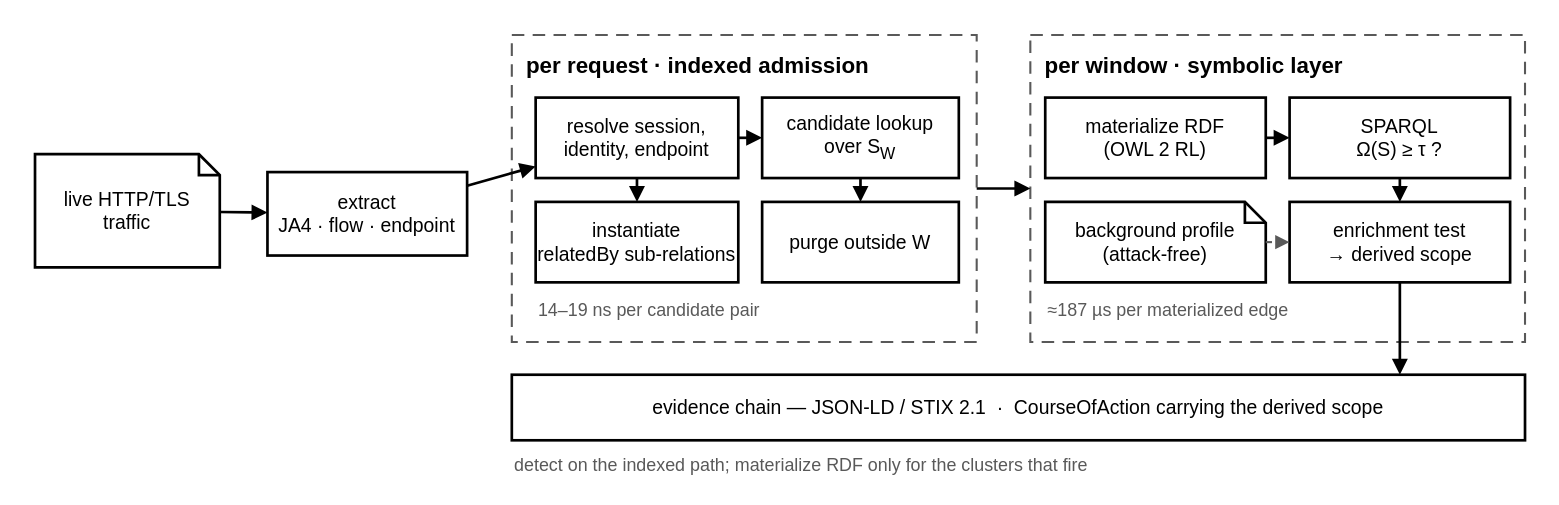
Earlier version of the draw.io diagram papers/http-session-noms/figures/src-drawio/fig_pipeline.drawio (Natanael0liveira/knowledge-graph-ddos-article). Source tidied: cells renumbered, new cells numbered last; positions are measured from the earlier drawing's top-left corner, leaving out a move shared by most shapes. Both pictures are drawn from the tidied source at 149%, with x=0, y=0 at pixel (34, 34).
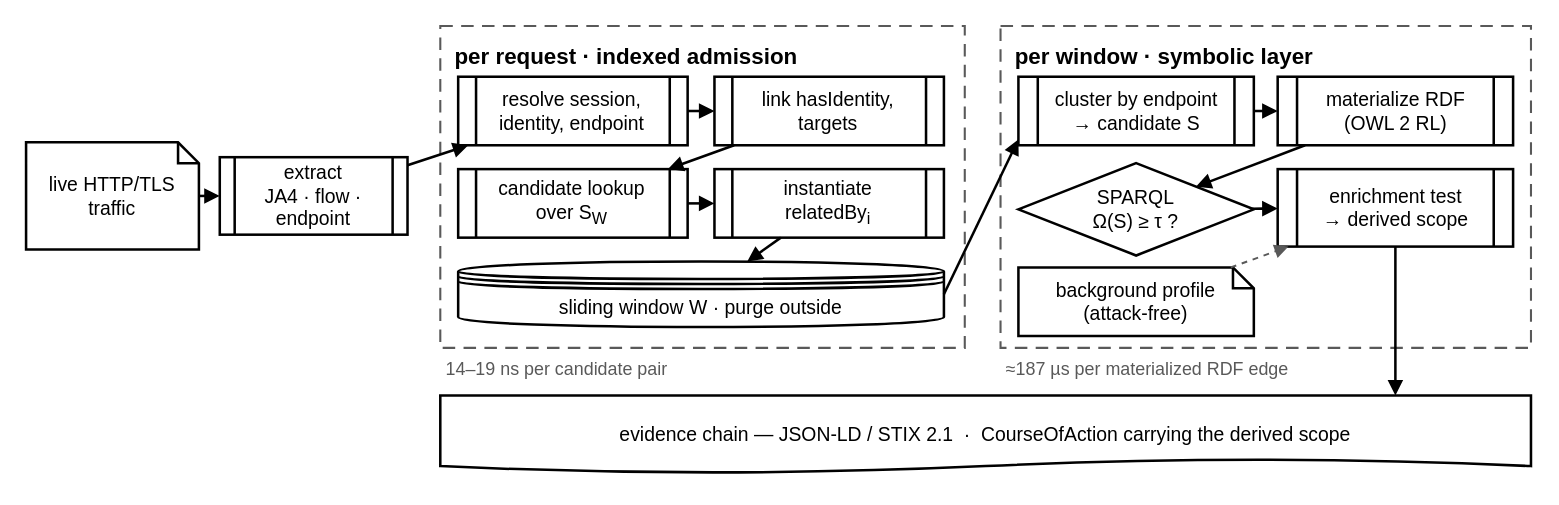
The same page after the edit.

Commit message (it also covers changes not shown here):
figuras: corrige o fluxo do pipeline, troca retângulos por ícones, centra a Fig. 1

The edit, as a diff of the source:
```diff
@@
-    <mxCell id="2" value="live HTTP/TLS&lt;br&gt;traffic" style="shape=note;whiteSpace=wrap;html=1;size=14;fillColor=none;strokeColor=#000000;strokeWidth=1.8;fontFamily=Helvetica;fontSize=13;verticalAlign=middle;" parent="1" vertex="1">
-      <mxGeometry y="80" width="124" height="76" as="geometry" />
+    <mxCell id="2" value="live HTTP/TLS&lt;br&gt;traffic" style="shape=note;size=14;whiteSpace=wrap;html=1;fillColor=none;strokeColor=#000000;strokeWidth=1.7;fontFamily=Helvetica;fontSize=13;verticalAlign=middle;" parent="1" vertex="1">
+      <mxGeometry x="-6" y="72" width="116" height="72" as="geometry" />
     </mxCell>
-    <mxCell id="3" value="extract&lt;br&gt;JA4 · flow · endpoint" style="rounded=0;whiteSpace=wrap;html=1;fillColor=none;strokeColor=#000000;strokeWidth=1.8;fontFamily=Helvetica;fontSize=13;" parent="1" vertex="1">
-      <mxGeometry x="156" y="92" width="134" height="56" as="geometry" />
+    <mxCell id="3" value="extract&lt;br&gt;JA4 · flow · endpoint" style="shape=process;whiteSpace=wrap;html=1;fillColor=none;strokeColor=#000000;strokeWidth=1.7;fontFamily=Helvetica;fontSize=13;size=0.08;" parent="1" vertex="1">
+      <mxGeometry x="124" y="82" width="126" height="52" as="geometry" />
     </mxCell>
-    <mxCell id="4" style="endArrow=block;endFill=1;endSize=6;html=1;rounded=0;strokeColor=#000000;strokeWidth=1.8;fontFamily=Helvetica;fontSize=11;labelBackgroundColor=#FFFFFF;" parent="1" edge="1" source="2" target="3">
-      <mxGeometry relative="1" as="geometry" />
-    </mxCell>
+    <mxCell id="30" style="endArrow=block;endFill=1;endSize=6;html=1;rounded=0;strokeColor=#000000;strokeWidth=1.7;fontFamily=Helvetica;fontSize=11;labelBackgroundColor=#FFFFFF;" parent="1" edge="1" source="2" target="3">
+      <mxGeometry relative="1" as="geometry" />
+    </mxCell>
     <mxCell id="5" style="rounded=0;whiteSpace=wrap;html=1;fillColor=none;strokeColor=#595959;strokeWidth=1.4;dashed=1;dashPattern=6 4;" parent="1" vertex="1">
-      <mxGeometry x="320" width="312" height="206" as="geometry" />
+      <mxGeometry x="272" y="-6" width="352" height="216" as="geometry" />
     </mxCell>
     <mxCell id="6" value="per request · indexed admission" style="text;html=1;fontFamily=Helvetica;fontSize=15;fontStyle=1;align=left;verticalAlign=middle;" parent="1" vertex="1">
-      <mxGeometry x="328" y="10" width="300" height="20" as="geometry" />
+      <mxGeometry x="280" y="4" width="330" height="20" as="geometry" />
     </mxCell>
-    <mxCell id="7" value="resolve session,&lt;br&gt;identity, endpoint" style="rounded=0;whiteSpace=wrap;html=1;fillColor=none;strokeColor=#000000;strokeWidth=1.8;fontFamily=Helvetica;fontSize=13;" parent="1" vertex="1">
-      <mxGeometry x="336" y="42" width="136" height="54" as="geometry" />
+    <mxCell id="7" value="resolve session,&lt;br&gt;identity, endpoint" style="shape=process;whiteSpace=wrap;html=1;fillColor=none;strokeColor=#000000;strokeWidth=1.7;fontFamily=Helvetica;fontSize=13;size=0.08;" parent="1" vertex="1">
+      <mxGeometry x="284" y="28" width="154" height="46" as="geometry" />
     </mxCell>
+    <mxCell id="31" value="link hasIdentity,&lt;br&gt;targets" style="shape=process;whiteSpace=wrap;html=1;fillColor=none;strokeColor=#000000;strokeWidth=1.7;fontFamily=Helvetica;fontSize=13;size=0.08;" parent="1" vertex="1">
+      <mxGeometry x="456" y="28" width="154" height="46" as="geometry" />
+    </mxCell>
-    <mxCell id="8" value="candidate lookup&lt;br&gt;over S&lt;sub&gt;W&lt;/sub&gt;" style="rounded=0;whiteSpace=wrap;html=1;fillColor=none;strokeColor=#000000;strokeWidth=1.8;fontFamily=Helvetica;fontSize=13;" parent="1" vertex="1">
-      <mxGeometry x="488" y="42" width="132" height="54" as="geometry" />
+    <mxCell id="8" value="candidate lookup&lt;br&gt;over S&lt;sub&gt;W&lt;/sub&gt;" style="shape=process;whiteSpace=wrap;html=1;fillColor=none;strokeColor=#000000;strokeWidth=1.7;fontFamily=Helvetica;fontSize=13;size=0.08;" parent="1" vertex="1">
+      <mxGeometry x="284" y="90" width="154" height="46" as="geometry" />
     </mxCell>
-    <mxCell id="9" value="instantiate&lt;br&gt;relatedBy sub-relations" style="rounded=0;whiteSpace=wrap;html=1;fillColor=none;strokeColor=#000000;strokeWidth=1.8;fontFamily=Helvetica;fontSize=13;" parent="1" vertex="1">
-      <mxGeometry x="336" y="112" width="136" height="54" as="geometry" />
-    </mxCell>
-    <mxCell id="10" value="purge outside W" style="rounded=0;whiteSpace=wrap;html=1;fillColor=none;strokeColor=#000000;strokeWidth=1.8;fontFamily=Helvetica;fontSize=13;" parent="1" vertex="1">
-      <mxGeometry x="488" y="112" width="132" height="54" as="geometry" />
-    </mxCell>
-    <mxCell id="11" value="14–19 ns per candidate pair" style="text;html=1;fontFamily=Helvetica;fontSize=12;fontColor=#595959;align=left;verticalAlign=middle;" parent="1" vertex="1">
-      <mxGeometry x="336" y="176" width="280" height="18" as="geometry" />
-    </mxCell>
+    <mxCell id="32" value="instantiate&lt;br&gt;relatedBy&lt;sub&gt;i&lt;/sub&gt;" style="shape=process;whiteSpace=wrap;html=1;fillColor=none;strokeColor=#000000;strokeWidth=1.7;fontFamily=Helvetica;fontSize=13;size=0.08;" parent="1" vertex="1">
+      <mxGeometry x="456" y="90" width="154" height="46" as="geometry" />
+    </mxCell>
+    <mxCell id="33" value="sliding window W · purge outside" style="shape=datastore;whiteSpace=wrap;html=1;fillColor=none;strokeColor=#000000;strokeWidth=1.7;fontFamily=Helvetica;fontSize=13;" parent="1" vertex="1">
+      <mxGeometry x="284" y="152" width="326" height="44" as="geometry" />
+    </mxCell>
+    <mxCell id="4" style="endArrow=block;endFill=1;endSize=6;html=1;rounded=0;strokeColor=#000000;strokeWidth=1.7;fontFamily=Helvetica;fontSize=11;labelBackgroundColor=#FFFFFF;" parent="1" edge="1" source="3" target="7">
+      <mxGeometry relative="1" as="geometry" />
+    </mxCell>
-    <mxCell id="12" style="endArrow=block;endFill=1;endSize=6;html=1;rounded=0;strokeColor=#000000;strokeWidth=1.8;fontFamily=Helvetica;fontSize=11;labelBackgroundColor=#FFFFFF;" parent="1" edge="1" source="3" target="7">
+    <mxCell id="12" style="endArrow=block;endFill=1;endSize=6;html=1;rounded=0;strokeColor=#000000;strokeWidth=1.7;fontFamily=Helvetica;fontSize=11;labelBackgroundColor=#FFFFFF;" parent="1" edge="1" source="7" target="31">
       <mxGeometry relative="1" as="geometry" />
     </mxCell>
-    <mxCell id="13" style="endArrow=block;endFill=1;endSize=6;html=1;rounded=0;strokeColor=#000000;strokeWidth=1.8;fontFamily=Helvetica;fontSize=11;labelBackgroundColor=#FFFFFF;" parent="1" edge="1" source="7" target="8">
+    <mxCell id="13" style="endArrow=block;endFill=1;endSize=6;html=1;rounded=0;strokeColor=#000000;strokeWidth=1.7;fontFamily=Helvetica;fontSize=11;labelBackgroundColor=#FFFFFF;" parent="1" edge="1" source="31" target="8">
       <mxGeometry relative="1" as="geometry" />
     </mxCell>
-    <mxCell id="14" style="endArrow=block;endFill=1;endSize=6;html=1;rounded=0;strokeColor=#000000;strokeWidth=1.8;fontFamily=Helvetica;fontSize=11;labelBackgroundColor=#FFFFFF;" parent="1" edge="1" source="8" target="10">
+    <mxCell id="14" style="endArrow=block;endFill=1;endSize=6;html=1;rounded=0;strokeColor=#000000;strokeWidth=1.7;fontFamily=Helvetica;fontSize=11;labelBackgroundColor=#FFFFFF;" parent="1" edge="1" source="8" target="32">
       <mxGeometry relative="1" as="geometry" />
     </mxCell>
-    <mxCell id="15" style="endArrow=block;endFill=1;endSize=6;html=1;rounded=0;strokeColor=#000000;strokeWidth=1.8;fontFamily=Helvetica;fontSize=11;labelBackgroundColor=#FFFFFF;" parent="1" edge="1" source="7" target="9">
+    <mxCell id="15" style="endArrow=block;endFill=1;endSize=6;html=1;rounded=0;strokeColor=#000000;strokeWidth=1.7;fontFamily=Helvetica;fontSize=11;labelBackgroundColor=#FFFFFF;" parent="1" edge="1" source="32" target="33">
       <mxGeometry relative="1" as="geometry" />
     </mxCell>
+    <mxCell id="11" value="14–19 ns per candidate pair" style="text;html=1;fontFamily=Helvetica;fontSize=12;fontColor=#595959;align=left;verticalAlign=middle;" parent="1" vertex="1">
+      <mxGeometry x="274" y="216" width="290" height="18" as="geometry" />
+    </mxCell>
     <mxCell id="16" style="rounded=0;whiteSpace=wrap;html=1;fillColor=none;strokeColor=#595959;strokeWidth=1.4;dashed=1;dashPattern=6 4;" parent="1" vertex="1">
-      <mxGeometry x="668" width="332" height="206" as="geometry" />
+      <mxGeometry x="648" y="-6" width="356" height="216" as="geometry" />
     </mxCell>
     <mxCell id="17" value="per window · symbolic layer" style="text;html=1;fontFamily=Helvetica;fontSize=15;fontStyle=1;align=left;verticalAlign=middle;" parent="1" vertex="1">
-      <mxGeometry x="676" y="10" width="300" height="20" as="geometry" />
+      <mxGeometry x="656" y="4" width="330" height="20" as="geometry" />
     </mxCell>
+    <mxCell id="34" value="cluster by endpoint&lt;br&gt;→ candidate S" style="shape=process;whiteSpace=wrap;html=1;fillColor=none;strokeColor=#000000;strokeWidth=1.7;fontFamily=Helvetica;fontSize=13;size=0.08;" parent="1" vertex="1">
+      <mxGeometry x="660" y="28" width="158" height="46" as="geometry" />
+    </mxCell>
-    <mxCell id="18" value="materialize RDF&lt;br&gt;(OWL 2 RL)" style="rounded=0;whiteSpace=wrap;html=1;fillColor=none;strokeColor=#000000;strokeWidth=1.8;fontFamily=Helvetica;fontSize=13;" parent="1" vertex="1">
-      <mxGeometry x="678" y="42" width="148" height="54" as="geometry" />
+    <mxCell id="18" value="materialize RDF&lt;br&gt;(OWL 2 RL)" style="shape=process;whiteSpace=wrap;html=1;fillColor=none;strokeColor=#000000;strokeWidth=1.7;fontFamily=Helvetica;fontSize=13;size=0.08;" parent="1" vertex="1">
+      <mxGeometry x="834" y="28" width="158" height="46" as="geometry" />
     </mxCell>
-    <mxCell id="19" value="SPARQL&lt;br&gt;Ω(S) ≥ τ ?" style="rounded=0;whiteSpace=wrap;html=1;fillColor=none;strokeColor=#000000;strokeWidth=1.8;fontFamily=Helvetica;fontSize=13;" parent="1" vertex="1">
-      <mxGeometry x="842" y="42" width="148" height="54" as="geometry" />
+    <mxCell id="19" value="SPARQL&lt;br&gt;Ω(S) ≥ τ ?" style="rhombus;whiteSpace=wrap;html=1;fillColor=none;strokeColor=#000000;strokeWidth=1.7;fontFamily=Helvetica;fontSize=13;" parent="1" vertex="1">
+      <mxGeometry x="660" y="86" width="158" height="62" as="geometry" />
     </mxCell>
+    <mxCell id="21" value="enrichment test&lt;br&gt;→ derived scope" style="shape=process;whiteSpace=wrap;html=1;fillColor=none;strokeColor=#000000;strokeWidth=1.7;fontFamily=Helvetica;fontSize=13;size=0.08;" parent="1" vertex="1">
+      <mxGeometry x="834" y="90" width="158" height="52" as="geometry" />
+    </mxCell>
-    <mxCell id="20" value="background profile&lt;br&gt;(attack-free)" style="shape=note;whiteSpace=wrap;html=1;size=14;fillColor=none;strokeColor=#000000;strokeWidth=1.8;fontFamily=Helvetica;fontSize=13;verticalAlign=middle;" parent="1" vertex="1">
-      <mxGeometry x="678" y="112" width="148" height="54" as="geometry" />
+    <mxCell id="20" value="background profile&lt;br&gt;(attack-free)" style="shape=note;size=14;whiteSpace=wrap;html=1;fillColor=none;strokeColor=#000000;strokeWidth=1.7;fontFamily=Helvetica;fontSize=13;verticalAlign=middle;" parent="1" vertex="1">
+      <mxGeometry x="660" y="156" width="158" height="46" as="geometry" />
     </mxCell>
-    <mxCell id="21" value="enrichment test&lt;br&gt;→ derived scope" style="rounded=0;whiteSpace=wrap;html=1;fillColor=none;strokeColor=#000000;strokeWidth=1.8;fontFamily=Helvetica;fontSize=13;" parent="1" vertex="1">
-      <mxGeometry x="842" y="112" width="148" height="54" as="geometry" />
-    </mxCell>
-    <mxCell id="22" value="≈187 µs per materialized edge" style="text;html=1;fontFamily=Helvetica;fontSize=12;fontColor=#595959;align=left;verticalAlign=middle;" parent="1" vertex="1">
-      <mxGeometry x="678" y="176" width="300" height="18" as="geometry" />
-    </mxCell>
-    <mxCell id="23" style="endArrow=block;endFill=1;endSize=6;html=1;rounded=0;strokeColor=#000000;strokeWidth=1.8;fontFamily=Helvetica;fontSize=11;labelBackgroundColor=#FFFFFF;" parent="1" edge="1" source="18" target="19">
-      <mxGeometry relative="1" as="geometry" />
+    <mxCell id="23" style="endArrow=block;endFill=1;endSize=6;html=1;rounded=0;strokeColor=#000000;strokeWidth=1.7;fontFamily=Helvetica;fontSize=11;labelBackgroundColor=#FFFFFF;" parent="1" edge="1">
+      <mxGeometry relative="1" as="geometry">
+        <mxPoint x="610" y="174" as="sourcePoint" />
+        <mxPoint x="660" y="70" as="targetPoint" />
+      </mxGeometry>
     </mxCell>
-    <mxCell id="24" style="endArrow=block;endFill=1;endSize=6;html=1;rounded=0;strokeColor=#000000;strokeWidth=1.8;fontFamily=Helvetica;fontSize=11;labelBackgroundColor=#FFFFFF;" parent="1" edge="1" source="19" target="21">
+    <mxCell id="24" style="endArrow=block;endFill=1;endSize=6;html=1;rounded=0;strokeColor=#000000;strokeWidth=1.7;fontFamily=Helvetica;fontSize=11;labelBackgroundColor=#FFFFFF;" parent="1" edge="1" source="34" target="18">
       <mxGeometry relative="1" as="geometry" />
     </mxCell>
-    <mxCell id="25" style="endArrow=block;endFill=1;endSize=6;html=1;rounded=0;strokeColor=#595959;strokeWidth=1.4;fontFamily=Helvetica;fontSize=11;labelBackgroundColor=#FFFFFF;dashed=1;" parent="1" edge="1" source="20" target="21">
+    <mxCell id="25" style="endArrow=block;endFill=1;endSize=6;html=1;rounded=0;strokeColor=#000000;strokeWidth=1.7;fontFamily=Helvetica;fontSize=11;labelBackgroundColor=#FFFFFF;" parent="1" edge="1" source="18" target="19">
       <mxGeometry relative="1" as="geometry" />
     </mxCell>
-    <mxCell id="26" style="endArrow=block;endFill=1;endSize=6;html=1;rounded=0;strokeColor=#000000;strokeWidth=1.8;" parent="1" edge="1">
-      <mxGeometry relative="1" as="geometry">
-        <mxPoint x="632" y="103" as="sourcePoint" />
-        <mxPoint x="668" y="103" as="targetPoint" />
-      </mxGeometry>
+    <mxCell id="26" style="endArrow=block;endFill=1;endSize=6;html=1;rounded=0;strokeColor=#000000;strokeWidth=1.7;fontFamily=Helvetica;fontSize=11;labelBackgroundColor=#FFFFFF;" parent="1" edge="1" source="19" target="21">
+      <mxGeometry relative="1" as="geometry" />
     </mxCell>
+    <mxCell id="28" style="endArrow=block;endFill=1;endSize=6;html=1;rounded=0;strokeColor=#595959;strokeWidth=1.3;fontFamily=Helvetica;fontSize=11;labelBackgroundColor=#FFFFFF;dashed=1;" parent="1" edge="1" source="20" target="21">
+      <mxGeometry relative="1" as="geometry" />
+    </mxCell>
+    <mxCell id="22" value="≈187 µs per materialized RDF edge" style="text;html=1;fontFamily=Helvetica;fontSize=12;fontColor=#595959;align=left;verticalAlign=middle;" parent="1" vertex="1">
+      <mxGeometry x="650" y="216" width="250" height="18" as="geometry" />
+    </mxCell>
-    <mxCell id="27" value="evidence chain — JSON-LD / STIX 2.1  ·  CourseOfAction carrying the derived scope" style="rounded=0;whiteSpace=wrap;html=1;fillColor=none;strokeColor=#000000;strokeWidth=1.8;fontFamily=Helvetica;fontSize=13;" parent="1" vertex="1">
-      <mxGeometry x="320" y="228" width="680" height="44" as="geometry" />
+    <mxCell id="27" value="evidence chain — JSON-LD / STIX 2.1  ·  CourseOfAction carrying the derived scope" style="shape=document;whiteSpace=wrap;html=1;size=0.18;fillColor=none;strokeColor=#000000;strokeWidth=1.7;fontFamily=Helvetica;fontSize=13;" parent="1" vertex="1">
+      <mxGeometry x="272" y="242" width="732" height="52" as="geometry" />
     </mxCell>
-    <mxCell id="28" style="endArrow=block;endFill=1;endSize=6;html=1;rounded=0;strokeColor=#000000;strokeWidth=1.8;fontFamily=Helvetica;fontSize=11;labelBackgroundColor=#FFFFFF;" parent="1" edge="1">
-      <mxGeometry relative="1" as="geometry">
-        <mxPoint x="916" y="166" as="sourcePoint" />
-        <mxPoint x="916" y="228" as="targetPoint" />
-      </mxGeometry>
-    </mxCell>
-    <mxCell id="29" value="detect on the indexed path; materialize RDF only for the clusters that fire" style="text;html=1;fontFamily=Helvetica;fontSize=12;fontColor=#595959;align=left;verticalAlign=middle;" parent="1" vertex="1">
-      <mxGeometry x="320" y="280" width="680" height="18" as="geometry" />
-    </mxCell>
+    <mxCell id="35" style="endArrow=block;endFill=1;endSize=6;html=1;rounded=0;strokeColor=#000000;strokeWidth=1.7;fontFamily=Helvetica;fontSize=11;labelBackgroundColor=#FFFFFF;" parent="1" edge="1">
+      <mxGeometry relative="1" as="geometry">
+        <mxPoint x="913" y="142" as="sourcePoint" />
+        <mxPoint x="913" y="242" as="targetPoint" />
+      </mxGeometry>
+    </mxCell>
```
